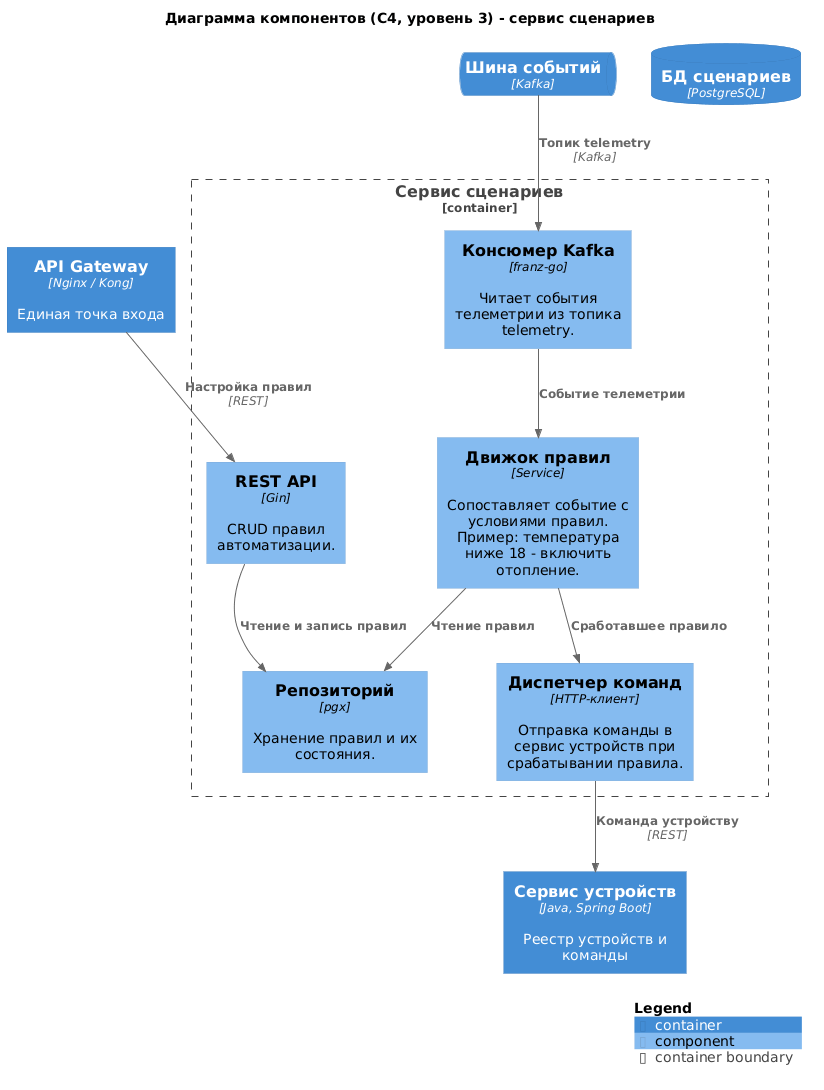
Above: schemas/task2-c4-components-scenarios.png in Atom-Py/architecture-pro-warmhouse (PlantUML), before the change.
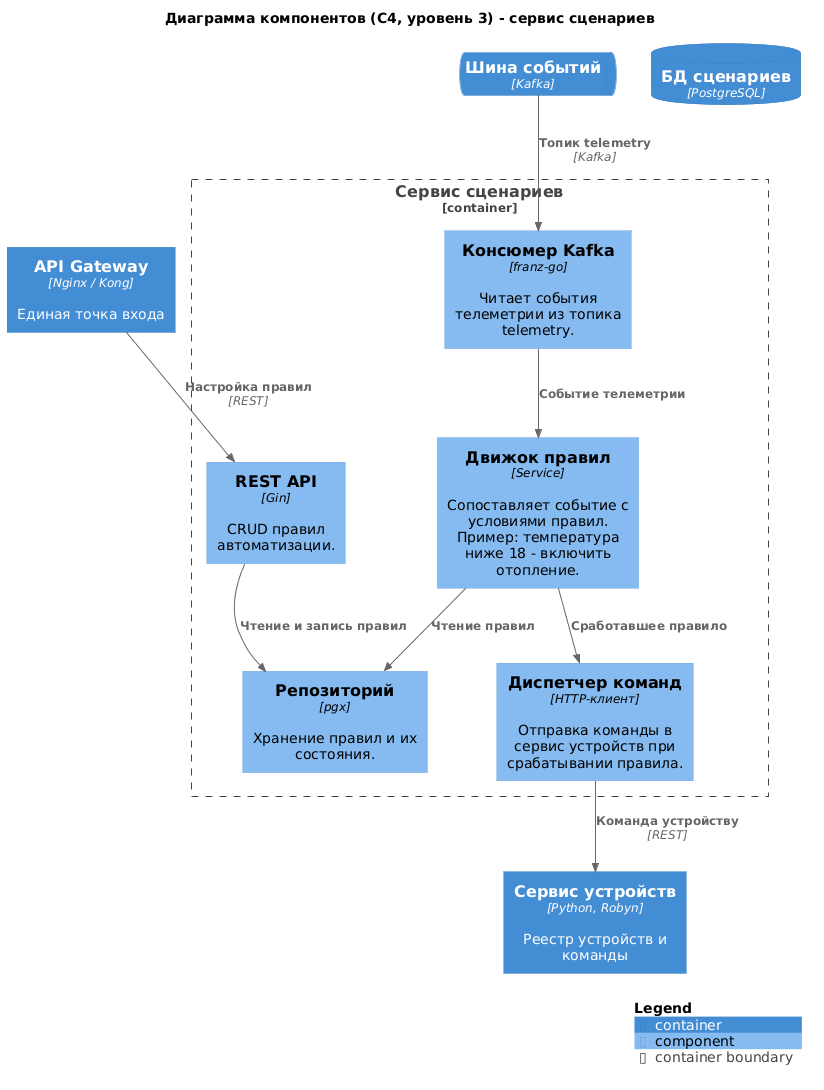
After the change.

Change to the diagram source:
```diff
@@ -4,7 +4,7 @@
 title Диаграмма компонентов (C4, уровень 3) - сервис сценариев
 
 Container(gateway, "API Gateway", "Nginx / Kong", "Единая точка входа")
-Container(devices, "Сервис устройств", "Java, Spring Boot", "Реестр устройств и команды")
+Container(devices, "Сервис устройств", "Python, Robyn", "Реестр устройств и команды")
 ContainerQueue(kafka, "Шина событий", "Kafka", "")
 ContainerDb(scenarios_db, "БД сценариев", "PostgreSQL", "")
 
```
